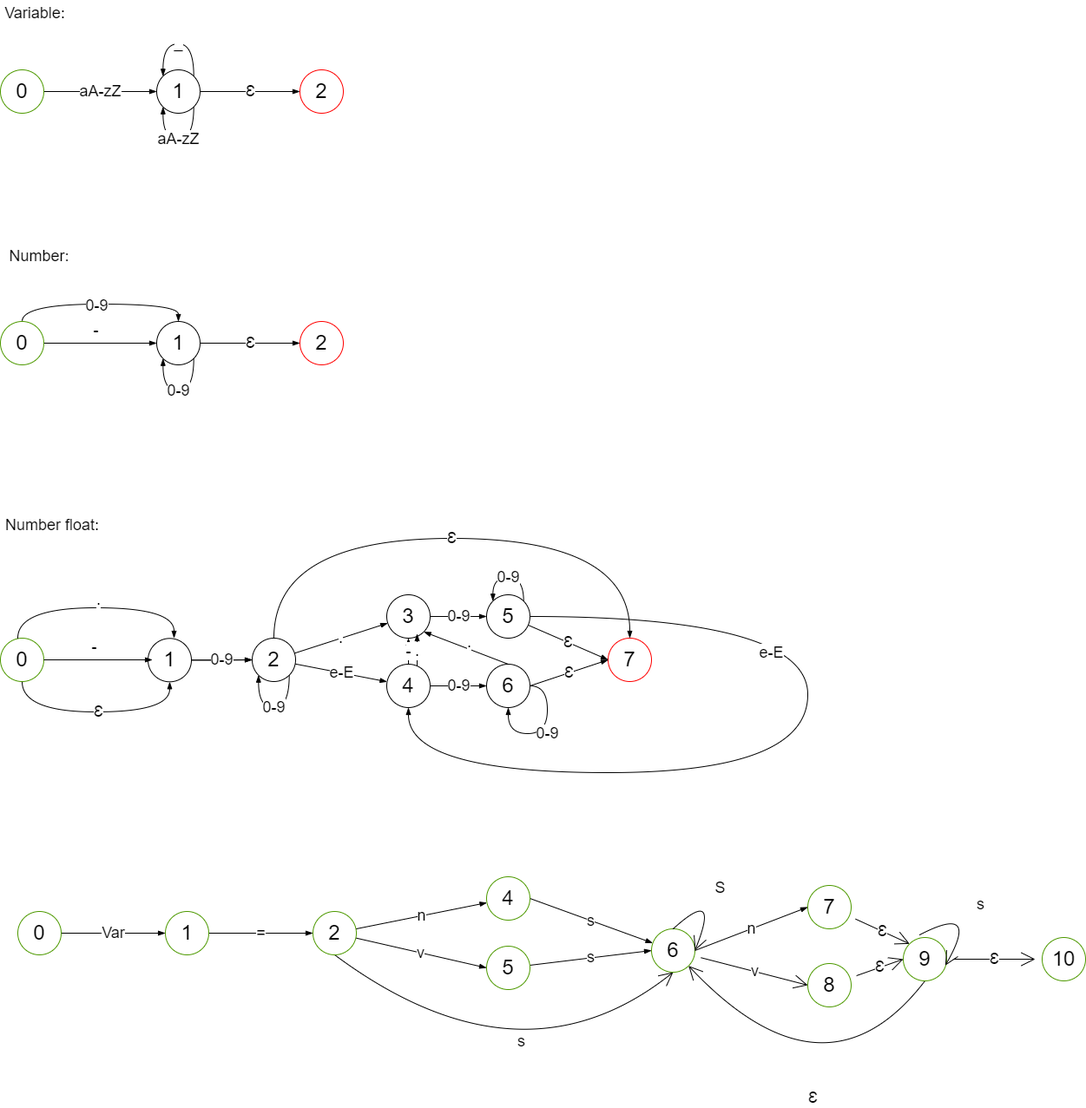
Naiztu/AFD keeps this draw.io diagram as DFA.drawio.png. Above is the earlier version. Source tidied: cells renumbered, new cells last; positions are measured from the earlier drawing's top-left corner, leaving out a move shared by most shapes.
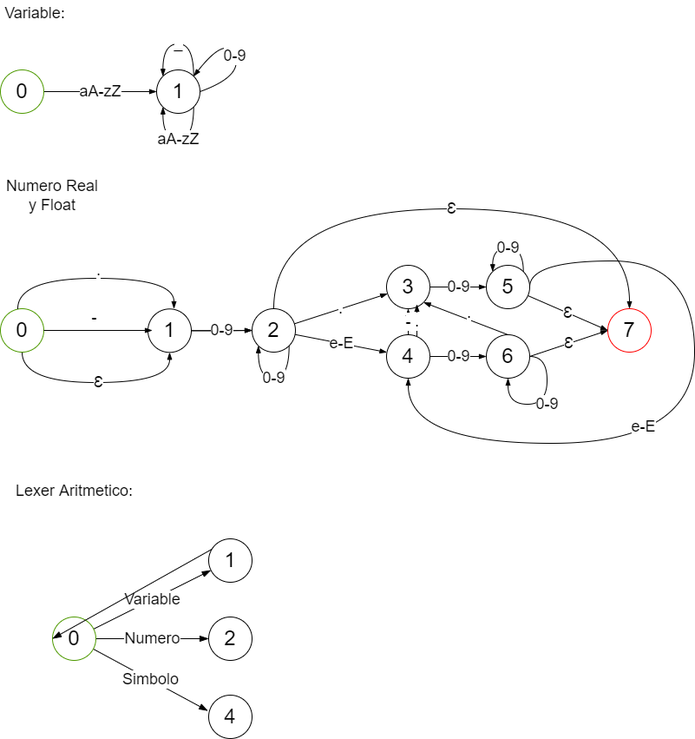
Later version of the same file.

Change to the diagram source:
```diff
@@ -3,68 +3,41 @@
     <mxCell id="0" />
     <mxCell id="1" parent="0" />
     <mxCell id="2" value="aA-zZ" style="edgeStyle=orthogonalEdgeStyle;rounded=0;jettySize=auto;html=1;endArrow=blockThin;endFill=1;fontSize=18;" parent="1" edge="1" source="3" target="7">
-      <mxGeometry relative="1" as="geometry" />
+      <mxGeometry relative="1" as="geometry">
+        <Array as="points">
+          <mxPoint x="110" y="485" />
+          <mxPoint x="110" y="485" />
+        </Array>
+      </mxGeometry>
     </mxCell>
     <mxCell id="3" value="0" style="ellipse;whiteSpace=wrap;html=1;fontSize=24;strokeColor=#4D9900;" parent="1" vertex="1">
-      <mxGeometry y="80" width="50" height="50" as="geometry" />
+      <mxGeometry y="460" width="50" height="50" as="geometry" />
     </mxCell>
-    <mxCell id="4" value="Ɛ" style="edgeStyle=orthogonalEdgeStyle;rounded=0;jettySize=auto;html=1;endArrow=blockThin;endFill=1;fontSize=18;" parent="1" edge="1" source="7" target="8">
-      <mxGeometry relative="1" as="geometry" />
-    </mxCell>
     <mxCell id="5" value="_" style="edgeStyle=orthogonalEdgeStyle;curved=1;rounded=0;orthogonalLoop=1;jettySize=auto;html=1;exitX=1;exitY=0;exitDx=0;exitDy=0;entryX=0;entryY=0;entryDx=0;entryDy=0;endArrow=blockThin;endFill=1;fontSize=18;" parent="1" edge="1" source="7" target="7">
       <mxGeometry relative="1" as="geometry">
         <Array as="points">
-          <mxPoint x="223" y="50" />
-          <mxPoint x="187" y="50" />
+          <mxPoint x="223" y="430" />
+          <mxPoint x="187" y="430" />
         </Array>
       </mxGeometry>
     </mxCell>
     <mxCell id="6" value="aA-zZ" style="edgeStyle=orthogonalEdgeStyle;curved=1;rounded=0;orthogonalLoop=1;jettySize=auto;html=1;exitX=1;exitY=1;exitDx=0;exitDy=0;entryX=0;entryY=1;entryDx=0;entryDy=0;endArrow=blockThin;endFill=1;fontSize=18;" parent="1" edge="1" source="7" target="7">
       <mxGeometry relative="1" as="geometry">
         <Array as="points">
-          <mxPoint x="223" y="160" />
-          <mxPoint x="187" y="160" />
+          <mxPoint x="223" y="540" />
+          <mxPoint x="187" y="540" />
         </Array>
       </mxGeometry>
     </mxCell>
     <mxCell id="7" value="1" style="ellipse;whiteSpace=wrap;html=1;fontSize=24;" parent="1" vertex="1">
-      <mxGeometry x="180" y="80" width="50" height="50" as="geometry" />
+      <mxGeometry x="180" y="460" width="50" height="50" as="geometry" />
     </mxCell>
-    <mxCell id="8" value="2" style="ellipse;whiteSpace=wrap;html=1;fontSize=24;strokeColor=#FF0000;" parent="1" vertex="1">
-      <mxGeometry x="345" y="80" width="50" height="50" as="geometry" />
-    </mxCell>
     <mxCell id="9" value="Variable:" style="text;html=1;strokeColor=none;fillColor=none;align=center;verticalAlign=middle;whiteSpace=wrap;rounded=0;fontSize=18;" parent="1" vertex="1">
-      <mxGeometry x="10" width="60" height="30" as="geometry" />
+      <mxGeometry x="10" y="380" width="60" height="30" as="geometry" />
     </mxCell>
-    <mxCell id="10" value="Number:" style="text;html=1;strokeColor=none;fillColor=none;align=center;verticalAlign=middle;whiteSpace=wrap;rounded=0;fontSize=18;" parent="1" vertex="1">
-      <mxGeometry y="280" width="90" height="30" as="geometry" />
-    </mxCell>
-    <mxCell id="11" value="Number float:" style="text;html=1;strokeColor=none;fillColor=none;align=center;verticalAlign=middle;whiteSpace=wrap;rounded=0;fontSize=18;" parent="1" vertex="1">
+    <mxCell id="11" value="Numero Real y Float" style="text;html=1;strokeColor=none;fillColor=none;align=center;verticalAlign=middle;whiteSpace=wrap;rounded=0;fontSize=18;" parent="1" vertex="1">
       <mxGeometry y="590" width="120" height="30" as="geometry" />
     </mxCell>
-    <mxCell id="12" value="-" style="edgeStyle=orthogonalEdgeStyle;rounded=0;jettySize=auto;html=1;endArrow=blockThin;endFill=1;fontSize=18;" parent="1" edge="1" source="15" target="17">
-      <mxGeometry x="-0.08" y="15" relative="1" as="geometry" />
-    </mxCell>
-    <mxCell id="13" value="0-9" style="edgeStyle=orthogonalEdgeStyle;curved=1;rounded=0;jettySize=auto;html=1;exitX=0.5;exitY=0;exitDx=0;exitDy=0;entryX=0.5;entryY=0;entryDx=0;entryDy=0;endArrow=blockThin;endFill=1;" parent="1" edge="1" source="15" target="17">
-      <mxGeometry relative="1" as="geometry" />
-    </mxCell>
-    <mxCell id="14" value="0-9" style="edgeLabel;html=1;align=center;verticalAlign=middle;fontSize=18;" parent="13" vertex="1">
-      <mxGeometry x="0.46" y="-1" relative="1" as="geometry">
-        <mxPoint x="-56" as="offset" />
-      </mxGeometry>
-    </mxCell>
-    <mxCell id="15" value="0" style="ellipse;whiteSpace=wrap;html=1;fontSize=24;strokeColor=#4D9900;" parent="1" vertex="1">
-      <mxGeometry y="370" width="50" height="50" as="geometry" />
-    </mxCell>
-    <mxCell id="16" value="Ɛ" style="edgeStyle=orthogonalEdgeStyle;rounded=0;jettySize=auto;html=1;endArrow=blockThin;endFill=1;fontSize=18;" parent="1" edge="1" source="17" target="18">
-      <mxGeometry relative="1" as="geometry" />
-    </mxCell>
-    <mxCell id="17" value="1" style="ellipse;whiteSpace=wrap;html=1;fontSize=24;" parent="1" vertex="1">
-      <mxGeometry x="180" y="370" width="50" height="50" as="geometry" />
-    </mxCell>
-    <mxCell id="18" value="2" style="ellipse;whiteSpace=wrap;html=1;fontSize=24;labelBorderColor=none;strokeColor=#FF0000;" parent="1" vertex="1">
-      <mxGeometry x="345" y="370" width="50" height="50" as="geometry" />
-    </mxCell>
     <mxCell id="19" style="edgeStyle=orthogonalEdgeStyle;curved=1;rounded=0;jettySize=auto;html=1;exitX=0.5;exitY=1;exitDx=0;exitDy=0;entryX=0.5;entryY=1;entryDx=0;entryDy=0;fontSize=18;endArrow=blockThin;endFill=1;" parent="1" edge="1" source="21" target="45">
       <mxGeometry relative="1" as="geometry">
         <Array as="points">
@@ -137,17 +110,20 @@
     <mxCell id="34" value="Ɛ" style="edgeStyle=none;rounded=0;jettySize=auto;html=1;fontSize=18;endArrow=blockThin;endFill=1;entryX=0;entryY=0.5;entryDx=0;entryDy=0;" parent="1" edge="1" source="37" target="42">
       <mxGeometry relative="1" as="geometry" />
     </mxCell>
-    <mxCell id="35" style="edgeStyle=orthogonalEdgeStyle;curved=1;rounded=0;jettySize=auto;html=1;entryX=0.5;entryY=1;entryDx=0;entryDy=0;fontSize=18;endArrow=blockThin;endFill=1;" parent="1" edge="1" source="37" target="32">
+    <mxCell id="35" style="edgeStyle=orthogonalEdgeStyle;curved=1;rounded=0;jettySize=auto;html=1;entryX=0.5;entryY=1;entryDx=0;entryDy=0;fontSize=18;endArrow=blockThin;endFill=1;exitX=1;exitY=0.5;exitDx=0;exitDy=0;" parent="1" edge="1" source="37" target="32">
       <mxGeometry relative="1" as="geometry">
         <Array as="points">
-          <mxPoint x="930" y="710" />
-          <mxPoint x="930" y="890" />
+          <mxPoint x="610" y="680" />
+          <mxPoint x="800" y="680" />
+          <mxPoint x="800" y="890" />
           <mxPoint x="470" y="890" />
         </Array>
       </mxGeometry>
     </mxCell>
     <mxCell id="36" value="e-E" style="edgeLabel;html=1;align=center;verticalAlign=middle;fontSize=18;" parent="35" vertex="1">
-      <mxGeometry x="-0.46" y="-41" relative="1" as="geometry" />
+      <mxGeometry x="-0.46" y="-41" relative="1" as="geometry">
+        <mxPoint x="-19" y="186" as="offset" />
+      </mxGeometry>
     </mxCell>
     <mxCell id="37" value="5" style="ellipse;whiteSpace=wrap;html=1;fontSize=24;labelBorderColor=none;strokeColor=#000000;" parent="1" vertex="1">
       <mxGeometry x="560" y="685" width="50" height="50" as="geometry" />
@@ -203,108 +179,56 @@
         <mxPoint x="-56" y="-11" as="offset" />
       </mxGeometry>
     </mxCell>
-    <mxCell id="49" value="0-9" style="edgeStyle=orthogonalEdgeStyle;curved=1;rounded=0;orthogonalLoop=1;jettySize=auto;html=1;exitX=1;exitY=1;exitDx=0;exitDy=0;entryX=0;entryY=1;entryDx=0;entryDy=0;endArrow=blockThin;endFill=1;fontSize=18;" parent="1" edge="1">
-      <mxGeometry relative="1" as="geometry">
-        <mxPoint x="222.7" y="412.7" as="sourcePoint" />
-        <mxPoint x="187.3" y="412.7" as="targetPoint" />
-        <Array as="points">
-          <mxPoint x="223" y="450" />
-          <mxPoint x="187" y="450" />
-        </Array>
-      </mxGeometry>
-    </mxCell>
-    <mxCell id="50" value="Var" style="edgeStyle=orthogonalEdgeStyle;curved=1;rounded=0;jettySize=auto;html=1;exitX=1;exitY=0.5;exitDx=0;exitDy=0;entryX=0;entryY=0.5;entryDx=0;entryDy=0;fontSize=18;endArrow=blockThin;endFill=1;" parent="1" edge="1" source="51" target="53">
-      <mxGeometry relative="1" as="geometry" />
-    </mxCell>
-    <mxCell id="51" value="0" style="ellipse;whiteSpace=wrap;html=1;fontSize=24;strokeColor=#4D9900;" parent="1" vertex="1">
-      <mxGeometry x="20" y="1050" width="50" height="50" as="geometry" />
-    </mxCell>
-    <mxCell id="52" value="=" style="edgeStyle=orthogonalEdgeStyle;curved=1;rounded=0;jettySize=auto;html=1;fontSize=18;endArrow=blockThin;endFill=1;" parent="1" edge="1" source="53">
-      <mxGeometry relative="1" as="geometry">
-        <mxPoint x="360" y="1075" as="targetPoint" />
-      </mxGeometry>
-    </mxCell>
-    <mxCell id="53" value="1" style="ellipse;whiteSpace=wrap;html=1;fontSize=24;strokeColor=#4D9900;" parent="1" vertex="1">
-      <mxGeometry x="190" y="1050" width="50" height="50" as="geometry" />
-    </mxCell>
-    <mxCell id="54" value="n" style="edgeStyle=none;rounded=0;jettySize=auto;html=1;fontSize=18;endArrow=blockThin;endFill=1;" parent="1" edge="1" source="57" target="59">
-      <mxGeometry relative="1" as="geometry" />
-    </mxCell>
-    <mxCell id="55" value="v" style="edgeStyle=none;rounded=0;jettySize=auto;html=1;entryX=0;entryY=0.5;entryDx=0;entryDy=0;fontSize=18;endArrow=blockThin;endFill=1;" parent="1" edge="1" source="57" target="63">
-      <mxGeometry relative="1" as="geometry" />
-    </mxCell>
-    <mxCell id="56" value="s" style="edgeStyle=none;curved=1;rounded=0;jettySize=auto;html=1;exitX=0.5;exitY=1;exitDx=0;exitDy=0;entryX=0.5;entryY=1;entryDx=0;entryDy=0;endArrow=open;startSize=14;endSize=14;sourcePerimeterSpacing=8;targetPerimeterSpacing=8;fontSize=18;" parent="1" edge="1" source="57" target="61">
+    <mxCell id="56" value="s" style="edgeStyle=none;curved=1;rounded=0;orthogonalLoop=1;jettySize=auto;html=1;exitX=0.5;exitY=1;exitDx=0;exitDy=0;entryX=0.5;entryY=1;entryDx=0;entryDy=0;endArrow=open;startSize=14;endSize=14;sourcePerimeterSpacing=8;targetPerimeterSpacing=8;fontSize=18;" parent="1" edge="1">
       <mxGeometry x="0.24" y="47" relative="1" as="geometry">
+        <mxPoint x="385" y="1480" as="sourcePoint" />
         <Array as="points">
-          <mxPoint x="600" y="1260" />
+          <mxPoint x="600" y="1640" />
         </Array>
       </mxGeometry>
     </mxCell>
-    <mxCell id="57" value="2" style="ellipse;whiteSpace=wrap;html=1;fontSize=24;strokeColor=#4D9900;" parent="1" vertex="1">
-      <mxGeometry x="360" y="1050" width="50" height="50" as="geometry" />
-    </mxCell>
-    <mxCell id="58" value="s" style="edgeStyle=none;rounded=0;jettySize=auto;html=1;exitX=1;exitY=0.5;exitDx=0;exitDy=0;fontSize=18;endArrow=blockThin;endFill=1;" parent="1" edge="1" source="59" target="61">
-      <mxGeometry relative="1" as="geometry" />
-    </mxCell>
+    <mxCell id="71" value="Ɛ" style="edgeStyle=none;curved=1;rounded=0;orthogonalLoop=1;jettySize=auto;html=1;exitX=0.5;exitY=1;exitDx=0;exitDy=0;entryX=1;entryY=1;entryDx=0;entryDy=0;fontSize=18;endArrow=open;startSize=14;endSize=14;sourcePerimeterSpacing=8;targetPerimeterSpacing=8;" parent="1" edge="1">
+      <mxGeometry relative="1" as="geometry">
+        <mxPoint x="792.7" y="1492.7" as="targetPoint" />
+        <Array as="points">
+          <mxPoint x="950" y="1660" />
+        </Array>
+      </mxGeometry>
+    </mxCell>
+    <mxCell id="75" value="0-9" style="edgeStyle=none;curved=1;rounded=0;orthogonalLoop=1;jettySize=auto;html=1;exitX=1;exitY=0.5;exitDx=0;exitDy=0;entryX=1;entryY=0;entryDx=0;entryDy=0;endArrow=blockThin;endFill=1;startSize=6;endSize=6;sourcePerimeterSpacing=0;targetPerimeterSpacing=0;strokeWidth=1;fontSize=18;" parent="1" edge="1" source="7" target="7">
+      <mxGeometry x="-0.05" relative="1" as="geometry">
+        <Array as="points">
+          <mxPoint x="280" y="467" />
+          <mxPoint x="260" y="420" />
+        </Array>
+      </mxGeometry>
+    </mxCell>
+    <mxCell id="76" value="Variable" style="rounded=0;jettySize=auto;html=1;endArrow=blockThin;endFill=1;fontSize=18;endSize=8;startSize=8;" parent="1" edge="1" source="79" target="17">
+      <mxGeometry relative="1" as="geometry" />
+    </mxCell>
+    <mxCell id="77" value="Numero" style="edgeStyle=none;rounded=0;jettySize=auto;html=1;fontSize=18;endArrow=blockThin;startSize=8;endSize=8;sourcePerimeterSpacing=0;targetPerimeterSpacing=0;entryX=0;entryY=0.5;entryDx=0;entryDy=0;endFill=1;" parent="1" edge="1" source="79" target="82">
+      <mxGeometry relative="1" as="geometry" />
+    </mxCell>
+    <mxCell id="78" value="Simbolo" style="edgeStyle=none;rounded=0;jettySize=auto;html=1;entryX=-0.017;entryY=0.362;entryDx=0;entryDy=0;entryPerimeter=0;fontSize=18;endArrow=blockThin;startSize=8;endSize=8;sourcePerimeterSpacing=0;targetPerimeterSpacing=0;endFill=1;" parent="1" edge="1" source="79" target="59">
+      <mxGeometry relative="1" as="geometry" />
+    </mxCell>
+    <mxCell id="79" value="0" style="ellipse;whiteSpace=wrap;html=1;fontSize=24;strokeColor=#4D9900;" parent="1" vertex="1">
+      <mxGeometry x="60" y="1090" width="50" height="50" as="geometry" />
+    </mxCell>
+    <mxCell id="80" style="edgeStyle=none;rounded=0;jettySize=auto;html=1;exitX=0.5;exitY=0;exitDx=0;exitDy=0;entryX=0;entryY=0.5;entryDx=0;entryDy=0;fontSize=18;endArrow=blockThin;endFill=1;startSize=8;endSize=8;sourcePerimeterSpacing=0;targetPerimeterSpacing=0;" parent="1" edge="1" source="17" target="79">
+      <mxGeometry relative="1" as="geometry" />
+    </mxCell>
+    <mxCell id="17" value="1" style="ellipse;whiteSpace=wrap;html=1;fontSize=24;" parent="1" vertex="1">
+      <mxGeometry x="240" y="1000" width="50" height="50" as="geometry" />
+    </mxCell>
+    <mxCell id="81" value="Lexer Aritmetico:" style="text;html=1;align=center;verticalAlign=middle;strokeColor=none;fillColor=none;hachureGap=4;fontSize=18;" parent="1" vertex="1">
+      <mxGeometry x="10" y="930" width="150" height="30" as="geometry" />
+    </mxCell>
+    <mxCell id="82" value="2" style="ellipse;whiteSpace=wrap;html=1;fontSize=24;" parent="1" vertex="1">
+      <mxGeometry x="240" y="1090" width="50" height="50" as="geometry" />
+    </mxCell>
-    <mxCell id="59" value="4" style="ellipse;whiteSpace=wrap;html=1;fontSize=24;strokeColor=#4D9900;" parent="1" vertex="1">
-      <mxGeometry x="560" y="1010" width="50" height="50" as="geometry" />
+    <mxCell id="59" value="4" style="ellipse;whiteSpace=wrap;html=1;fontSize=24;" parent="1" vertex="1">
+      <mxGeometry x="240" y="1180" width="50" height="50" as="geometry" />
     </mxCell>
-    <mxCell id="60" value="v" style="edgeStyle=none;curved=1;rounded=0;jettySize=auto;html=1;entryX=0;entryY=0.5;entryDx=0;entryDy=0;fontSize=18;endArrow=open;startSize=14;endSize=14;sourcePerimeterSpacing=8;targetPerimeterSpacing=8;" parent="1" edge="1" source="61" target="69">
-      <mxGeometry relative="1" as="geometry" />
-    </mxCell>
-    <mxCell id="61" value="6" style="ellipse;whiteSpace=wrap;html=1;fontSize=24;strokeColor=#4D9900;" parent="1" vertex="1">
-      <mxGeometry x="750" y="1070" width="50" height="50" as="geometry" />
-    </mxCell>
-    <mxCell id="62" value="s" style="edgeStyle=none;rounded=0;jettySize=auto;html=1;entryX=0;entryY=0.5;entryDx=0;entryDy=0;fontSize=18;endArrow=blockThin;endFill=1;" parent="1" edge="1" source="63" target="61">
-      <mxGeometry relative="1" as="geometry" />
-    </mxCell>
-    <mxCell id="63" value="5" style="ellipse;whiteSpace=wrap;html=1;fontSize=24;strokeColor=#4D9900;" parent="1" vertex="1">
-      <mxGeometry x="560" y="1090" width="50" height="50" as="geometry" />
-    </mxCell>
-    <mxCell id="64" value="Ɛ" style="edgeStyle=none;curved=1;rounded=0;jettySize=auto;html=1;entryX=0;entryY=0;entryDx=0;entryDy=0;fontSize=18;endArrow=open;startSize=14;endSize=14;sourcePerimeterSpacing=8;targetPerimeterSpacing=8;" parent="1" edge="1" source="65" target="72">
-      <mxGeometry relative="1" as="geometry" />
-    </mxCell>
-    <mxCell id="65" value="7" style="ellipse;whiteSpace=wrap;html=1;fontSize=24;strokeColor=#4D9900;" parent="1" vertex="1">
-      <mxGeometry x="930" y="1020" width="50" height="50" as="geometry" />
-    </mxCell>
-    <mxCell id="66" value="n" style="edgeStyle=none;rounded=0;jettySize=auto;html=1;exitX=1;exitY=0.5;exitDx=0;exitDy=0;fontSize=18;endArrow=blockThin;endFill=1;entryX=0;entryY=0.5;entryDx=0;entryDy=0;" parent="1" edge="1" source="61" target="65">
-      <mxGeometry relative="1" as="geometry" />
-    </mxCell>
-    <mxCell id="67" value="S" style="edgeStyle=none;curved=1;rounded=0;orthogonalLoop=1;jettySize=auto;html=1;endArrow=open;startSize=14;endSize=14;sourcePerimeterSpacing=8;targetPerimeterSpacing=8;exitX=0.5;exitY=0;exitDx=0;exitDy=0;entryX=1;entryY=0.5;entryDx=0;entryDy=0;fontSize=18;" parent="1" edge="1" source="61" target="61">
-      <mxGeometry relative="1" as="geometry">
-        <Array as="points">
-          <mxPoint x="830" y="1020" />
-        </Array>
-      </mxGeometry>
-    </mxCell>
-    <mxCell id="68" value="Ɛ" style="edgeStyle=none;curved=1;rounded=0;jettySize=auto;html=1;entryX=0;entryY=0.5;entryDx=0;entryDy=0;fontSize=18;endArrow=open;startSize=14;endSize=14;sourcePerimeterSpacing=8;targetPerimeterSpacing=8;" parent="1" edge="1" source="69" target="72">
-      <mxGeometry relative="1" as="geometry" />
-    </mxCell>
-    <mxCell id="69" value="8" style="ellipse;whiteSpace=wrap;html=1;fontSize=24;strokeColor=#4D9900;" parent="1" vertex="1">
-      <mxGeometry x="930" y="1110" width="50" height="50" as="geometry" />
-    </mxCell>
-    <mxCell id="70" value="Ɛ" style="edgeStyle=none;curved=1;rounded=0;jettySize=auto;html=1;fontSize=18;endArrow=open;startSize=14;endSize=14;sourcePerimeterSpacing=8;targetPerimeterSpacing=8;" parent="1" edge="1" source="72" target="74">
-      <mxGeometry relative="1" as="geometry" />
-    </mxCell>
-    <mxCell id="71" value="Ɛ" style="edgeStyle=none;curved=1;rounded=0;jettySize=auto;html=1;exitX=0.5;exitY=1;exitDx=0;exitDy=0;entryX=1;entryY=1;entryDx=0;entryDy=0;fontSize=18;endArrow=open;startSize=14;endSize=14;sourcePerimeterSpacing=8;targetPerimeterSpacing=8;" parent="1" edge="1" source="72" target="61">
-      <mxGeometry relative="1" as="geometry">
-        <Array as="points">
-          <mxPoint x="950" y="1280" />
-        </Array>
-      </mxGeometry>
-    </mxCell>
-    <mxCell id="72" value="9" style="ellipse;whiteSpace=wrap;html=1;fontSize=24;strokeColor=#4D9900;" parent="1" vertex="1">
-      <mxGeometry x="1040" y="1080" width="50" height="50" as="geometry" />
-    </mxCell>
-    <mxCell id="73" value="s" style="edgeStyle=none;curved=1;rounded=0;orthogonalLoop=1;jettySize=auto;html=1;entryX=0.968;entryY=0.644;entryDx=0;entryDy=0;fontSize=18;endArrow=open;startSize=14;endSize=14;sourcePerimeterSpacing=8;targetPerimeterSpacing=8;entryPerimeter=0;exitX=0.376;exitY=-0.06;exitDx=0;exitDy=0;exitPerimeter=0;" parent="1" edge="1" source="72" target="72">
-      <mxGeometry relative="1" as="geometry">
-        <Array as="points">
-          <mxPoint x="1130" y="1040" />
-        </Array>
-      </mxGeometry>
-    </mxCell>
-    <mxCell id="74" value="10" style="ellipse;whiteSpace=wrap;html=1;fontSize=24;strokeColor=#4D9900;" parent="1" vertex="1">
-      <mxGeometry x="1200" y="1080" width="50" height="50" as="geometry" />
-    </mxCell>
   </root>
 </mxGraphModel>
```
